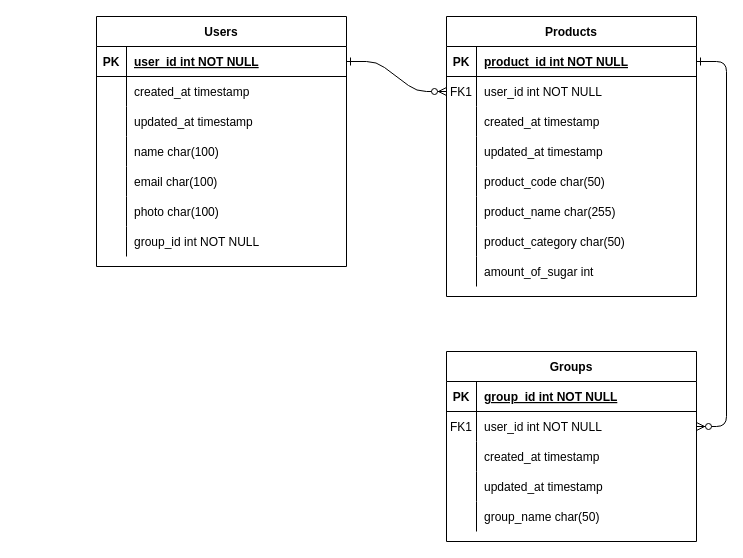
Before: ERD.drawio in luth-fi02/drawio, a draw.io diagram. Source tidied: cells renumbered, new cells numbered last; positions are measured from the earlier drawing's top-left corner, leaving out a move shared by most shapes. Both pictures are drawn from the tidied source at 100%, with x=0, y=0 at pixel (96, 16).
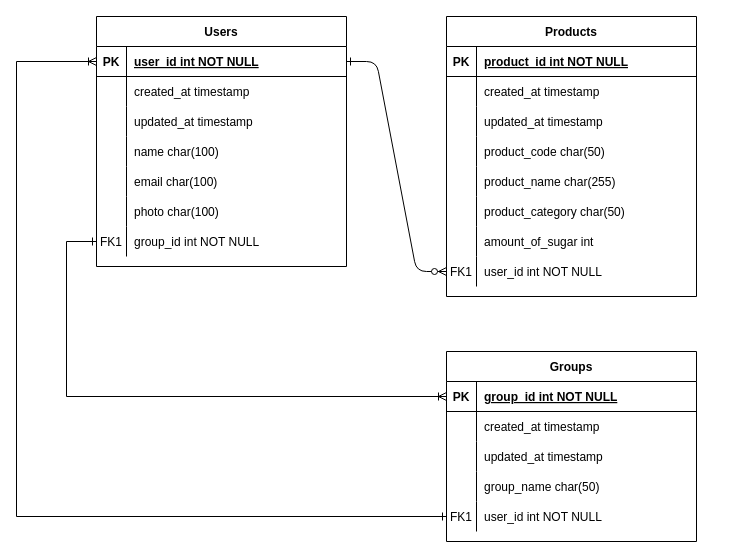
After the change.

Commit message:
update table relation

The change refers to these unchanged cells:
```xml
<mxCell id="4" value="Products" style="shape=table;startSize=30;childLayout=tableLayout;rowLines=0;fontStyle=1;align=center;" parent="1" vertex="1">
  <mxGeometry x="350" width="250" height="280" as="geometry" />
</mxCell>
<mxCell id="5" style="shape=partialRectangle;fillColor=none;points=[[0,0.5],[1,0.5]];portConstraint=eastwest;top=0;left=0;right=0;bottom=1;" parent="4" vertex="1">
  <mxGeometry y="30" width="250" height="30" as="geometry" />
</mxCell>
<mxCell id="29" value="Groups" style="shape=table;startSize=30;childLayout=tableLayout;rowLines=0;fontStyle=1;align=center;" parent="1" vertex="1">
  <mxGeometry x="350" y="335" width="250" height="190" as="geometry" />
</mxCell>
<mxCell id="30" style="shape=partialRectangle;fillColor=none;points=[[0,0.5],[1,0.5]];portConstraint=eastwest;top=0;left=0;right=0;bottom=1;" parent="29" vertex="1">
  <mxGeometry y="30" width="250" height="30" as="geometry" />
</mxCell>
<mxCell id="46" style="shape=partialRectangle;fillColor=none;points=[[0,0.5],[1,0.5]];portConstraint=eastwest;top=0;left=0;right=0;bottom=1;" parent="45" vertex="1">
  <mxGeometry y="30" width="250" height="30" as="geometry" />
</mxCell>
<mxCell id="64" style="shape=partialRectangle;fillColor=none;points=[[0,0.5],[1,0.5]];portConstraint=eastwest;top=0;left=0;right=0;bottom=0;" parent="45" vertex="1">
  <mxGeometry y="210" width="250" height="30" as="geometry" />
</mxCell>
```

Diff of the diagram source:
```diff
@@
-    <mxCell id="3" style="edgeStyle=entityRelationEdgeStyle;endArrow=ERzeroToMany;startArrow=ERone;endFill=1;startFill=0;" parent="1" edge="1" source="5" target="33">
-      <mxGeometry relative="1" as="geometry" />
-    </mxCell>
@@
-    <mxCell id="8" style="shape=partialRectangle;fillColor=none;points=[[0,0.5],[1,0.5]];portConstraint=eastwest;top=0;left=0;right=0;bottom=0;" parent="4" vertex="1">
-      <mxGeometry y="60" width="250" height="30" as="geometry" />
-    </mxCell>
-    <mxCell id="9" value="FK1" style="shape=partialRectangle;overflow=hidden;fillColor=none;top=0;left=0;bottom=0;right=0;" parent="8" vertex="1">
-      <mxGeometry width="30" height="30" as="geometry" />
-    </mxCell>
-    <mxCell id="10" value="user_id int NOT NULL" style="shape=partialRectangle;overflow=hidden;fillColor=none;top=0;left=0;bottom=0;right=0;align=left;spacingLeft=6;" parent="8" vertex="1">
-      <mxGeometry x="30" width="220" height="30" as="geometry" />
-    </mxCell>
     <mxCell id="11" style="shape=partialRectangle;fillColor=none;top=0;left=0;right=0;bottom=0;" parent="4" vertex="1">
-      <mxGeometry y="90" width="250" height="30" as="geometry" />
+      <mxGeometry y="60" width="250" height="30" as="geometry" />
     </mxCell>
@@
     <mxCell id="14" style="shape=partialRectangle;fillColor=none;top=0;left=0;right=0;bottom=0;" parent="4" vertex="1">
-      <mxGeometry y="120" width="250" height="30" as="geometry" />
+      <mxGeometry y="90" width="250" height="30" as="geometry" />
     </mxCell>
@@
     <mxCell id="17" style="shape=partialRectangle;fillColor=none;top=0;left=0;right=0;bottom=0;" parent="4" vertex="1">
-      <mxGeometry y="150" width="250" height="30" as="geometry" />
+      <mxGeometry y="120" width="250" height="30" as="geometry" />
     </mxCell>
@@
     <mxCell id="20" style="shape=partialRectangle;fillColor=none;top=0;left=0;right=0;bottom=0;" parent="4" vertex="1">
-      <mxGeometry y="180" width="250" height="30" as="geometry" />
+      <mxGeometry y="150" width="250" height="30" as="geometry" />
     </mxCell>
@@
     <mxCell id="23" style="shape=partialRectangle;fillColor=none;top=0;left=0;right=0;bottom=0;" parent="4" vertex="1">
-      <mxGeometry y="210" width="250" height="30" as="geometry" />
+      <mxGeometry y="180" width="250" height="30" as="geometry" />
     </mxCell>
@@
     <mxCell id="26" style="shape=partialRectangle;fillColor=none;top=0;left=0;right=0;bottom=0;" parent="4" vertex="1">
-      <mxGeometry y="240" width="250" height="30" as="geometry" />
+      <mxGeometry y="210" width="250" height="30" as="geometry" />
     </mxCell>
@@
+    <mxCell id="8" style="shape=partialRectangle;fillColor=none;points=[[0,0.5],[1,0.5]];portConstraint=eastwest;top=0;left=0;right=0;bottom=0;" parent="4" vertex="1">
+      <mxGeometry y="240" width="250" height="30" as="geometry" />
+    </mxCell>
+    <mxCell id="9" value="FK1" style="shape=partialRectangle;overflow=hidden;fillColor=none;top=0;left=0;bottom=0;right=0;" parent="8" vertex="1">
+      <mxGeometry width="30" height="30" as="geometry" />
+    </mxCell>
+    <mxCell id="10" value="user_id int NOT NULL" style="shape=partialRectangle;overflow=hidden;fillColor=none;top=0;left=0;bottom=0;right=0;align=left;spacingLeft=6;" parent="8" vertex="1">
+      <mxGeometry x="30" width="220" height="30" as="geometry" />
+    </mxCell>
@@
-    <mxCell id="33" style="shape=partialRectangle;fillColor=none;points=[[0,0.5],[1,0.5]];portConstraint=eastwest;top=0;left=0;right=0;bottom=0;" parent="29" vertex="1">
-      <mxGeometry y="60" width="250" height="30" as="geometry" />
-    </mxCell>
-    <mxCell id="34" value="FK1" style="shape=partialRectangle;overflow=hidden;fillColor=none;top=0;left=0;bottom=0;right=0;" parent="33" vertex="1">
-      <mxGeometry width="30" height="30" as="geometry" />
-    </mxCell>
-    <mxCell id="35" value="user_id int NOT NULL" style="shape=partialRectangle;overflow=hidden;fillColor=none;top=0;left=0;bottom=0;right=0;align=left;spacingLeft=6;" parent="33" vertex="1">
-      <mxGeometry x="30" width="220" height="30" as="geometry" />
-    </mxCell>
     <mxCell id="36" style="shape=partialRectangle;fillColor=none;top=0;left=0;right=0;bottom=0;" parent="29" vertex="1">
-      <mxGeometry y="90" width="250" height="30" as="geometry" />
+      <mxGeometry y="60" width="250" height="30" as="geometry" />
     </mxCell>
@@
     <mxCell id="39" style="shape=partialRectangle;fillColor=none;top=0;left=0;right=0;bottom=0;" parent="29" vertex="1">
-      <mxGeometry y="120" width="250" height="30" as="geometry" />
+      <mxGeometry y="90" width="250" height="30" as="geometry" />
     </mxCell>
@@
     <mxCell id="42" style="shape=partialRectangle;fillColor=none;top=0;left=0;right=0;bottom=0;" parent="29" vertex="1">
-      <mxGeometry y="150" width="250" height="30" as="geometry" />
+      <mxGeometry y="120" width="250" height="30" as="geometry" />
     </mxCell>
@@
+    <mxCell id="33" style="shape=partialRectangle;fillColor=none;points=[[0,0.5],[1,0.5]];portConstraint=eastwest;top=0;left=0;right=0;bottom=0;" parent="29" vertex="1">
+      <mxGeometry y="150" width="250" height="30" as="geometry" />
+    </mxCell>
+    <mxCell id="34" value="FK1" style="shape=partialRectangle;overflow=hidden;fillColor=none;top=0;left=0;bottom=0;right=0;" parent="33" vertex="1">
+      <mxGeometry width="30" height="30" as="geometry" />
+    </mxCell>
+    <mxCell id="35" value="user_id int NOT NULL" style="shape=partialRectangle;overflow=hidden;fillColor=none;top=0;left=0;bottom=0;right=0;align=left;spacingLeft=6;" parent="33" vertex="1">
+      <mxGeometry x="30" width="220" height="30" as="geometry" />
+    </mxCell>
@@
-    <mxCell id="65" style="shape=partialRectangle;overflow=hidden;fillColor=none;top=0;left=0;bottom=0;right=0;" parent="64" vertex="1">
+    <mxCell id="65" value="FK1" style="shape=partialRectangle;overflow=hidden;fillColor=none;top=0;left=0;bottom=0;right=0;" parent="64" vertex="1">
       <mxGeometry width="30" height="30" as="geometry" />
     </mxCell>
@@
+    <mxCell id="67" style="edgeStyle=orthogonalEdgeStyle;rounded=0;jettySize=auto;html=1;entryX=0;entryY=0.5;entryDx=0;entryDy=0;endArrow=ERoneToMany;endFill=0;startArrow=ERone;startFill=0;" parent="1" edge="1" source="64" target="30">
+      <mxGeometry relative="1" as="geometry">
+        <Array as="points">
+          <mxPoint x="-30" y="225" />
+          <mxPoint x="-30" y="380" />
+        </Array>
+      </mxGeometry>
+    </mxCell>
+    <mxCell id="68" style="edgeStyle=orthogonalEdgeStyle;rounded=0;jettySize=auto;html=1;entryX=0;entryY=0.5;entryDx=0;entryDy=0;endArrow=ERone;endFill=0;startArrow=ERoneToMany;startFill=0;" parent="1" edge="1" source="46" target="33">
+      <mxGeometry relative="1" as="geometry">
+        <Array as="points">
+          <mxPoint x="-80" y="45" />
+          <mxPoint x="-80" y="500" />
+        </Array>
+      </mxGeometry>
+    </mxCell>
```
